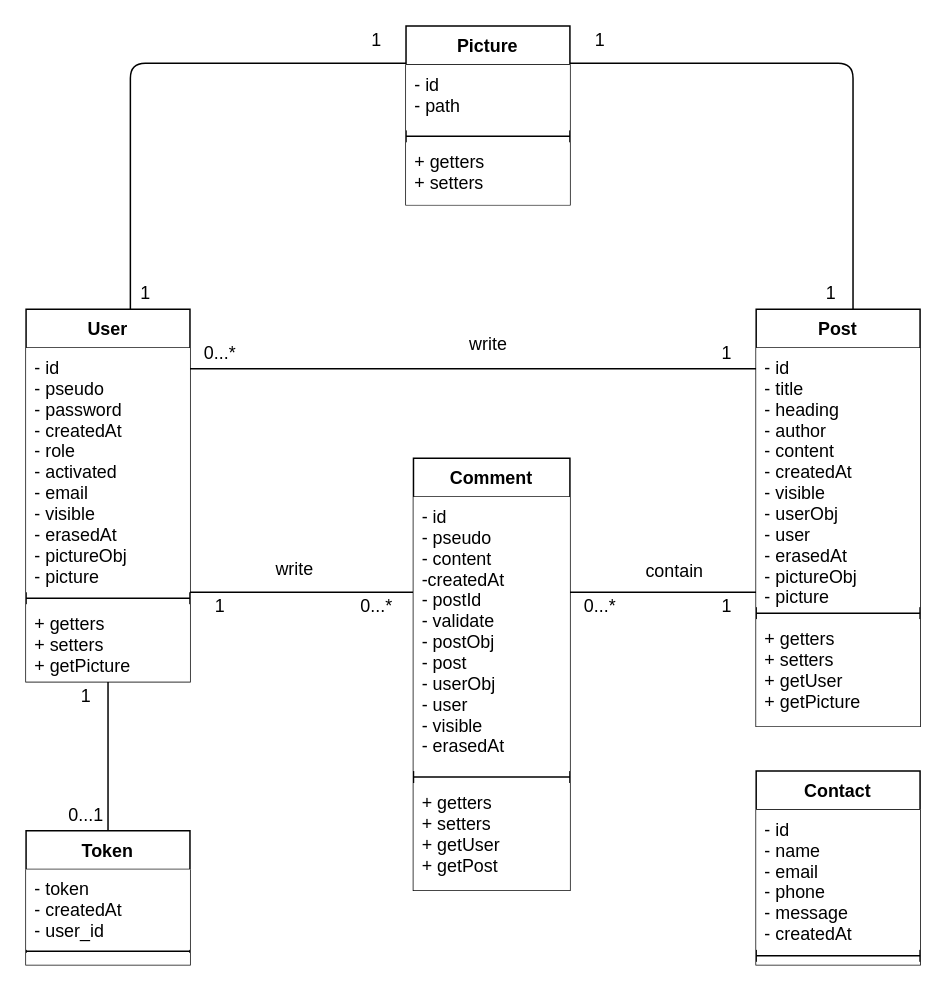
The draw.io diagram Cadrage/ClassDiagBlog.drawio in JgPhil/Blog, before the edit. Source tidied: cells renumbered, new cells numbered last; positions are measured from the earlier drawing's top-left corner, leaving out a move shared by most shapes. Both pictures are drawn from the tidied source at 149%, with x=0, y=0 at pixel (25, 25).
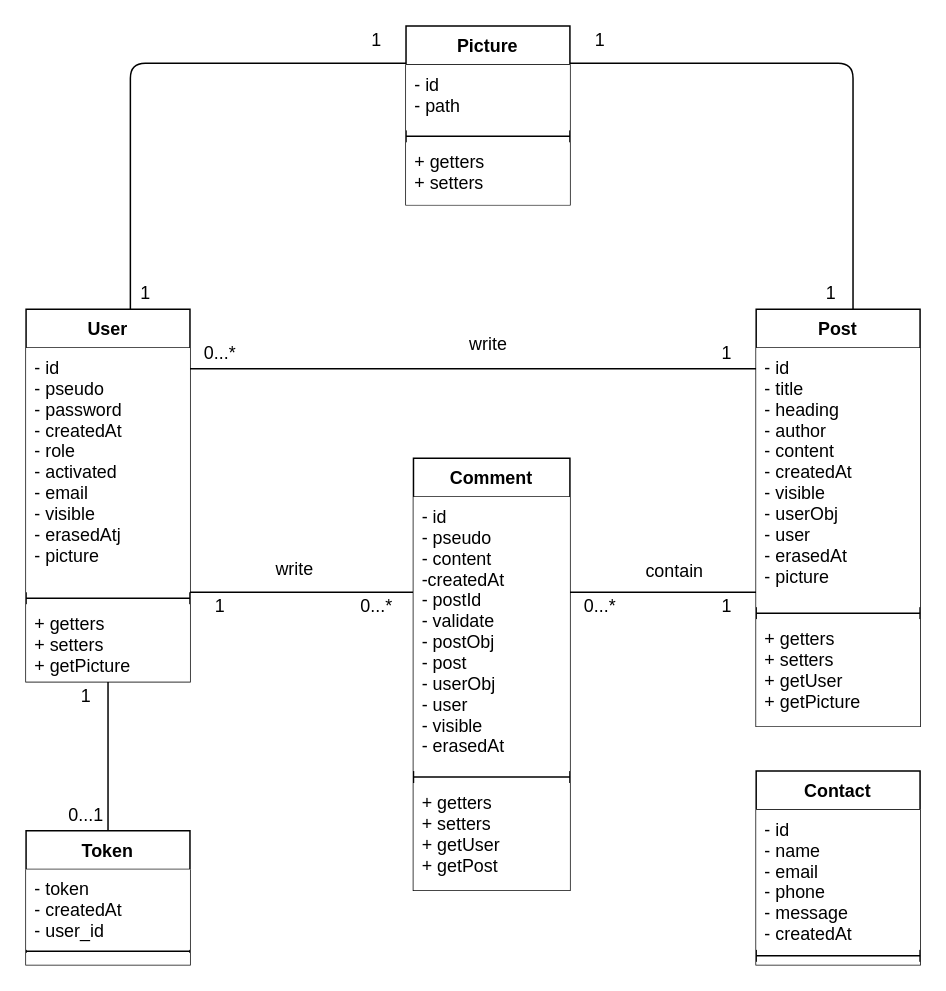
Above is the later version.

Unchanged cells that the change refers to:
```xml
<mxCell id="30" value="User&#10;" style="swimlane;fontStyle=1;align=center;verticalAlign=top;horizontal=1;startSize=26;swimlaneLine=1;backgroundOutline=0;fillColor=#ffffff;" parent="1" vertex="1">
  <mxGeometry y="190" width="110" height="250" as="geometry" />
</mxCell>
<mxCell id="42" value="Post" style="swimlane;fontStyle=1;align=center;verticalAlign=top;horizontal=1;startSize=26;swimlaneLine=1;backgroundOutline=0;fillColor=#ffffff;" parent="1" vertex="1">
  <mxGeometry x="490" y="190" width="110" height="280" as="geometry" />
</mxCell>
```

The edit, as a diff of the source:
```diff
@@
-    <mxCell id="31" value="- id&#10;- pseudo&#10;- password&#10;- createdAt&#10;- role&#10;- activated&#10;- email&#10;- visible&#10;- erasedAt&#10;- pictureObj&#10;- picture" style="text;strokeColor=none;fillColor=#ffffff;align=left;verticalAlign=top;spacingLeft=4;spacingRight=4;overflow=hidden;shadow=0;" parent="30" vertex="1">
+    <mxCell id="31" value="- id&#10;- pseudo&#10;- password&#10;- createdAt&#10;- role&#10;- activated&#10;- email&#10;- visible&#10;- erasedAtj&#10;- picture" style="text;strokeColor=none;fillColor=#ffffff;align=left;verticalAlign=top;spacingLeft=4;spacingRight=4;overflow=hidden;shadow=0;" parent="30" vertex="1">
       <mxGeometry y="26" width="110" height="164" as="geometry" />
     </mxCell>
@@
-    <mxCell id="43" value="- id&#10;- title&#10;- heading&#10;- author&#10;- content&#10;- createdAt&#10;- visible&#10;- userObj&#10;- user&#10;- erasedAt&#10;- pictureObj&#10;- picture" style="text;strokeColor=none;fillColor=#ffffff;align=left;verticalAlign=top;spacingLeft=4;spacingRight=4;overflow=hidden;shadow=0;" parent="42" vertex="1">
+    <mxCell id="43" value="- id&#10;- title&#10;- heading&#10;- author&#10;- content&#10;- createdAt&#10;- visible&#10;- userObj&#10;- user&#10;- erasedAt&#10;- picture" style="text;strokeColor=none;fillColor=#ffffff;align=left;verticalAlign=top;spacingLeft=4;spacingRight=4;overflow=hidden;shadow=0;" parent="42" vertex="1">
       <mxGeometry y="26" width="110" height="174" as="geometry" />
     </mxCell>
```
